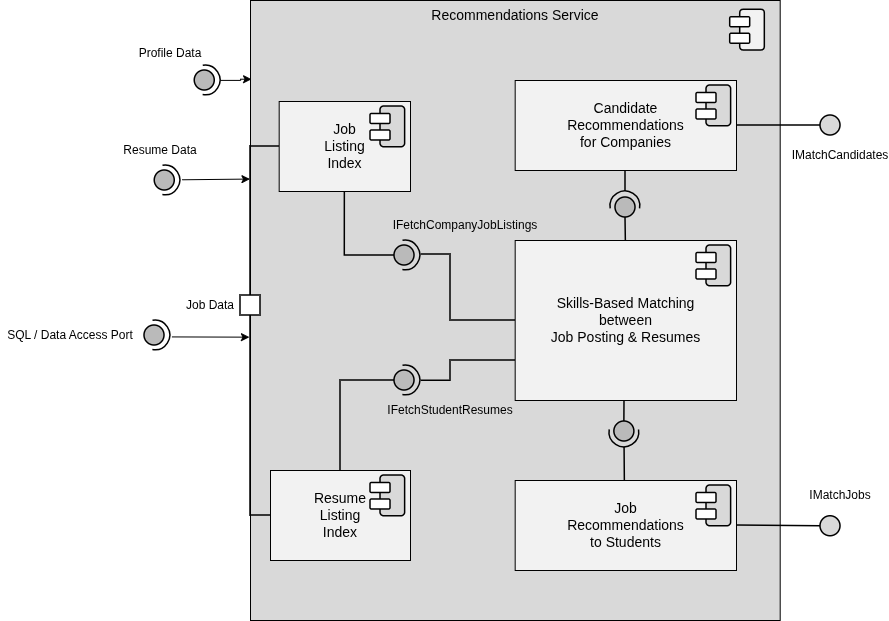
The draw.io diagram 04_QA_Review/Approved/Milestone_1_Component_Diagram/T7_Final_Subdiagram_RecommendationService_Component.drawio.png in JmmonJeremy/CareerBound-SDD, before a commit. Source tidied: cells renumbered, new cells last; positions are measured from the earlier drawing's top-left corner, leaving out a move shared by most shapes.
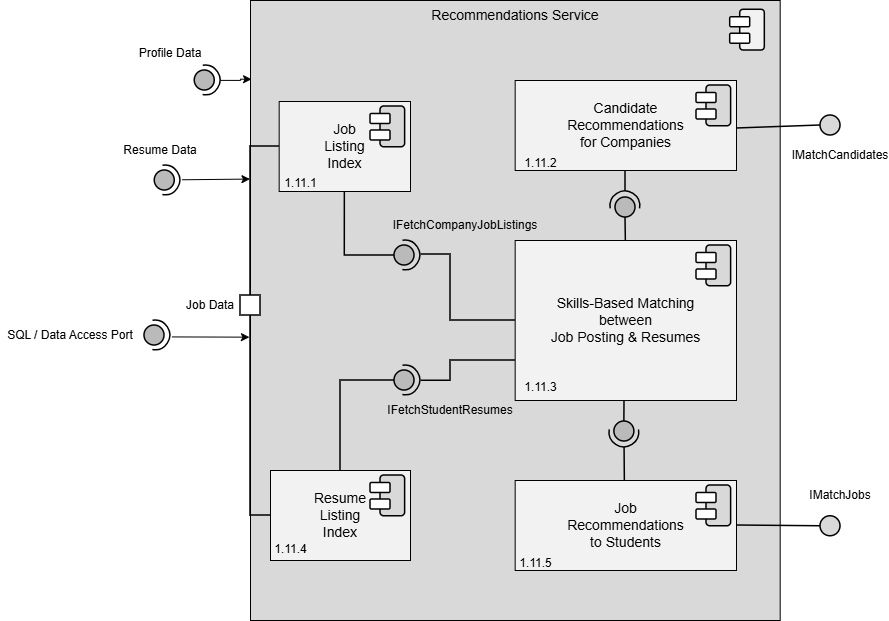
Later version of the same file.

The edit, as a diff of the source:
```diff
@@ -79,7 +79,7 @@
       <mxGeometry y="24" width="20" height="10" as="geometry" />
     </mxCell>
     <mxCell id="20" style="group;" parent="1" vertex="1">
-      <mxGeometry x="514.7" y="80" width="221.3" height="90" as="geometry" />
+      <mxGeometry x="514.7" y="80" width="221.3" height="96" as="geometry" />
     </mxCell>
     <mxCell id="21" value="&lt;div&gt;Candidate&lt;/div&gt;&lt;div&gt;Recommendations&lt;/div&gt;&lt;div&gt;for Companies&lt;/div&gt;" style="rounded=0;whiteSpace=wrap;html=1;verticalAlign=middle;labelBackgroundColor=none;fillColor=#F2F2F2;fontFamily=Arial;fontSize=14;align=center;spacingLeft=0;" parent="20" vertex="1">
       <mxGeometry width="221.3" height="90" as="geometry" />
@@ -96,6 +96,9 @@
     <mxCell id="25" style="rounded=1;whiteSpace=wrap;html=1;strokeWidth=1.5;fillStyle=solid;fillColor=#FFFFFF;" parent="22" vertex="1">
       <mxGeometry y="24" width="20" height="10" as="geometry" />
     </mxCell>
+    <mxCell id="80" value="&lt;span style=&quot;font-weight: normal;&quot;&gt;1.11.2&lt;/span&gt;" style="text;align=center;fontStyle=1;verticalAlign=middle;spacingLeft=3;spacingRight=3;strokeColor=none;html=1;" parent="20" vertex="1">
+      <mxGeometry x="-14.7" y="70" width="80" height="26" as="geometry" />
+    </mxCell>
     <mxCell id="26" style="group;" parent="1" vertex="1">
       <mxGeometry x="514.7" y="240" width="221.3" height="160" as="geometry" />
     </mxCell>
@@ -114,6 +117,9 @@
     <mxCell id="31" style="rounded=1;whiteSpace=wrap;html=1;strokeWidth=1.5;fillStyle=solid;fillColor=#FFFFFF;" parent="28" vertex="1">
       <mxGeometry y="24" width="20" height="10" as="geometry" />
     </mxCell>
+    <mxCell id="81" value="&lt;span style=&quot;font-weight: normal;&quot;&gt;1.11.3&lt;/span&gt;" style="text;align=center;fontStyle=1;verticalAlign=middle;spacingLeft=3;spacingRight=3;strokeColor=none;html=1;" parent="26" vertex="1">
+      <mxGeometry x="-14.7" y="134" width="80" height="26" as="geometry" />
+    </mxCell>
     <mxCell id="32" value="&lt;div&gt;Job&lt;/div&gt;&lt;div&gt;Recommendations&lt;/div&gt;&lt;div&gt;to Students&lt;/div&gt;" style="rounded=0;whiteSpace=wrap;html=1;verticalAlign=middle;labelBackgroundColor=none;fillColor=#F2F2F2;fontFamily=Arial;fontSize=14;align=center;spacingLeft=0;" parent="1" vertex="1">
       <mxGeometry x="514.7" y="480" width="221.3" height="90" as="geometry" />
     </mxCell>
@@ -258,5 +264,14 @@
     <mxCell id="79" style="endArrow=classic;html=1;rounded=0;exitX=0.448;exitY=1.056;exitDx=0;exitDy=0;exitPerimeter=0;entryX=-0.002;entryY=0.543;entryDx=0;entryDy=0;entryPerimeter=0;" parent="1" edge="1" source="74" target="2">
       <mxGeometry relative="1" as="geometry" />
     </mxCell>
+    <mxCell id="82" value="&lt;span style=&quot;font-weight: normal;&quot;&gt;1.11.1&lt;/span&gt;" style="text;align=center;fontStyle=1;verticalAlign=middle;spacingLeft=3;spacingRight=3;strokeColor=none;html=1;" parent="1" vertex="1">
+      <mxGeometry x="260" y="170" width="80" height="26" as="geometry" />
+    </mxCell>
+    <mxCell id="83" value="&lt;span style=&quot;font-weight: normal;&quot;&gt;1.11.4&lt;/span&gt;" style="text;align=center;fontStyle=1;verticalAlign=middle;spacingLeft=3;spacingRight=3;strokeColor=none;html=1;" parent="1" vertex="1">
+      <mxGeometry x="250" y="535.8" width="80" height="26" as="geometry" />
+    </mxCell>
+    <mxCell id="84" value="&lt;span style=&quot;font-weight: normal;&quot;&gt;1.11.5&lt;/span&gt;" style="text;align=center;fontStyle=1;verticalAlign=middle;spacingLeft=3;spacingRight=3;strokeColor=none;html=1;" parent="1" vertex="1">
+      <mxGeometry x="495.4" y="550" width="80" height="26" as="geometry" />
+    </mxCell>
   </root>
 </mxGraphModel>
```
